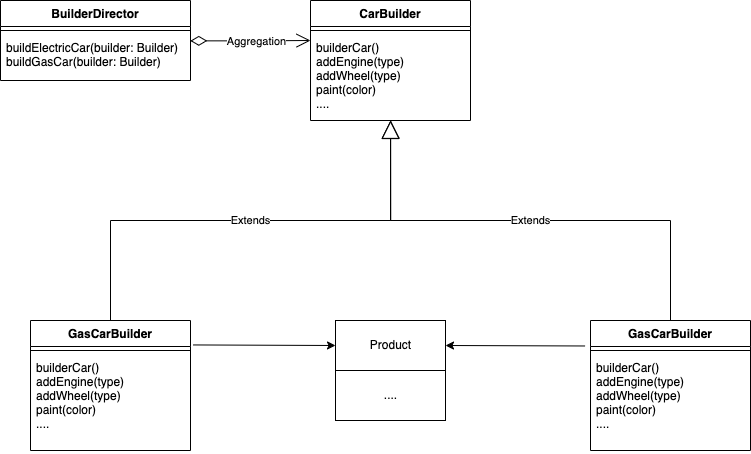
This is DesignPattern/uml/Builder.png from hsiong/Learning-Data-Structures-And-Algorithm-And-Design-Pattern, a draw.io export, as it was before one commit. Source tidied: cells renumbered, new cells last; positions are measured from the earlier drawing's top-left corner, leaving out a move shared by most shapes. The source it was exported from:
```xml
<mxGraphModel>
  <root>
    <mxCell id="0" />
    <mxCell id="1" parent="0" />
    <mxCell id="2" value="BuilderDirector" style="swimlane;fontStyle=1;align=center;verticalAlign=top;horizontal=1;startSize=26;" parent="1" vertex="1">
      <mxGeometry width="190" height="80" as="geometry" />
    </mxCell>
    <mxCell id="3" style="line;strokeWidth=1;fillColor=none;align=left;verticalAlign=middle;spacingTop=-1;spacingLeft=3;spacingRight=3;labelPosition=right;" parent="2" vertex="1">
      <mxGeometry y="26" width="190" height="8" as="geometry" />
    </mxCell>
    <mxCell id="4" value="buildElectricCar(builder: Builder)&#10;buildGasCar(builder: Builder)" style="text;strokeColor=none;fillColor=none;align=left;verticalAlign=top;spacingLeft=4;spacingRight=4;overflow=hidden;points=[[0,0.5],[1,0.5]];portConstraint=eastwest;" parent="2" vertex="1">
      <mxGeometry y="34" width="190" height="46" as="geometry" />
    </mxCell>
    <mxCell id="5" value="CarBuilder" style="swimlane;fontStyle=1;align=center;verticalAlign=top;horizontal=1;startSize=26;" parent="1" vertex="1">
      <mxGeometry x="310" width="160" height="120" as="geometry" />
    </mxCell>
    <mxCell id="6" style="line;strokeWidth=1;fillColor=none;align=left;verticalAlign=middle;spacingTop=-1;spacingLeft=3;spacingRight=3;labelPosition=right;" parent="5" vertex="1">
      <mxGeometry y="26" width="160" height="8" as="geometry" />
    </mxCell>
    <mxCell id="7" value="builderCar()&#10;addEngine(type)&#10;addWheel(type)&#10;paint(color)&#10;...." style="text;strokeColor=none;fillColor=none;align=left;verticalAlign=top;spacingLeft=4;spacingRight=4;overflow=hidden;points=[[0,0.5],[1,0.5]];portConstraint=eastwest;" parent="5" vertex="1">
      <mxGeometry y="34" width="160" height="86" as="geometry" />
    </mxCell>
    <mxCell id="8" value="GasCarBuilder" style="swimlane;fontStyle=1;align=center;verticalAlign=top;horizontal=1;startSize=26;" parent="1" vertex="1">
      <mxGeometry x="590" y="320" width="160" height="130" as="geometry" />
    </mxCell>
    <mxCell id="9" value="Extends" style="endArrow=block;endSize=16;endFill=0;html=1;rounded=0;edgeStyle=orthogonalEdgeStyle;" parent="8" edge="1">
      <mxGeometry relative="1" as="geometry">
        <mxPoint x="80" as="sourcePoint" />
        <mxPoint x="-200" y="-200" as="targetPoint" />
        <Array as="points">
          <mxPoint x="80" y="-100" />
          <mxPoint x="-200" y="-100" />
        </Array>
      </mxGeometry>
    </mxCell>
    <mxCell id="10" style="line;strokeWidth=1;fillColor=none;align=left;verticalAlign=middle;spacingTop=-1;spacingLeft=3;spacingRight=3;labelPosition=right;" parent="8" vertex="1">
      <mxGeometry y="26" width="160" height="8" as="geometry" />
    </mxCell>
    <mxCell id="11" value="builderCar()&#10;addEngine(type)&#10;addWheel(type)&#10;paint(color)&#10;...." style="text;strokeColor=none;fillColor=none;align=left;verticalAlign=top;spacingLeft=4;spacingRight=4;overflow=hidden;" parent="8" vertex="1">
      <mxGeometry y="34" width="160" height="96" as="geometry" />
    </mxCell>
    <mxCell id="12" value="Product" style="html=1;" parent="1" vertex="1">
      <mxGeometry x="335" y="320" width="110" height="50" as="geometry" />
    </mxCell>
    <mxCell id="13" value="...." style="html=1;" parent="1" vertex="1">
      <mxGeometry x="335" y="370" width="110" height="50" as="geometry" />
    </mxCell>
    <mxCell id="14" style="rounded=0;jettySize=auto;html=1;entryX=1;entryY=0.5;entryDx=0;entryDy=0;exitX=-0.034;exitY=0.196;exitDx=0;exitDy=0;exitPerimeter=0;" parent="1" edge="1" source="8" target="12">
      <mxGeometry relative="1" as="geometry" />
    </mxCell>
    <mxCell id="15" style="endArrow=open;html=1;endSize=12;startArrow=diamondThin;startSize=14;startFill=0;edgeStyle=orthogonalEdgeStyle;align=left;verticalAlign=bottom;rounded=0;exitX=0.999;exitY=0.138;exitDx=0;exitDy=0;exitPerimeter=0;" parent="1" edge="1" source="4">
      <mxGeometry x="-1" y="3" relative="1" as="geometry">
        <mxPoint x="310" y="40" as="targetPoint" />
      </mxGeometry>
    </mxCell>
    <mxCell id="16" value="Aggregation" style="edgeLabel;html=1;align=center;verticalAlign=middle;" parent="15" vertex="1">
      <mxGeometry x="-0.07" y="-5" relative="1" as="geometry">
        <mxPoint x="9" y="-5" as="offset" />
      </mxGeometry>
    </mxCell>
    <mxCell id="17" value="GasCarBuilder" style="swimlane;fontStyle=1;align=center;verticalAlign=top;horizontal=1;startSize=26;" parent="1" vertex="1">
      <mxGeometry x="30" y="320" width="160" height="130" as="geometry" />
    </mxCell>
    <mxCell id="18" value="Extends" style="endArrow=block;endSize=16;endFill=0;html=1;rounded=0;edgeStyle=orthogonalEdgeStyle;entryX=0.501;entryY=0.997;entryDx=0;entryDy=0;entryPerimeter=0;" parent="17" edge="1" target="7">
      <mxGeometry relative="1" as="geometry">
        <mxPoint x="80" as="sourcePoint" />
      </mxGeometry>
    </mxCell>
    <mxCell id="19" style="line;strokeWidth=1;fillColor=none;align=left;verticalAlign=middle;spacingTop=-1;spacingLeft=3;spacingRight=3;labelPosition=right;" parent="17" vertex="1">
      <mxGeometry y="26" width="160" height="8" as="geometry" />
    </mxCell>
    <mxCell id="20" value="builderCar()&#10;addEngine(type)&#10;addWheel(type)&#10;paint(color)&#10;...." style="text;strokeColor=none;fillColor=none;align=left;verticalAlign=top;spacingLeft=4;spacingRight=4;overflow=hidden;" parent="17" vertex="1">
      <mxGeometry y="34" width="160" height="96" as="geometry" />
    </mxCell>
    <mxCell id="21" style="rounded=0;jettySize=auto;html=1;exitX=1.016;exitY=0.188;exitDx=0;exitDy=0;exitPerimeter=0;entryX=0;entryY=0.5;entryDx=0;entryDy=0;" parent="1" edge="1" source="17" target="12">
      <mxGeometry relative="1" as="geometry" />
    </mxCell>
  </root>
</mxGraphModel>
```
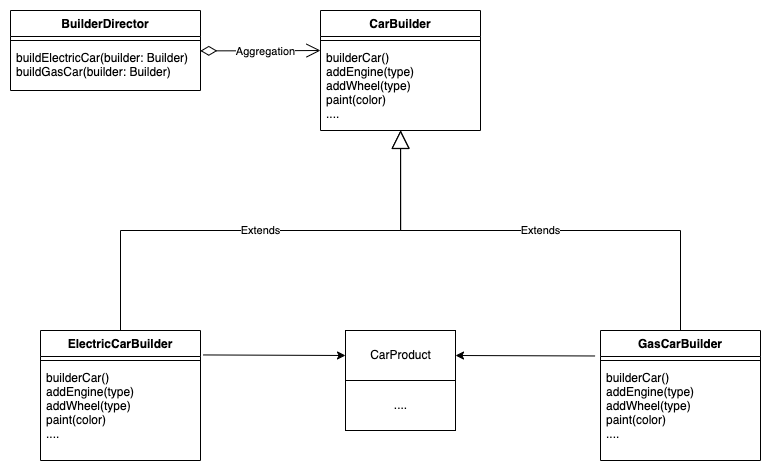
After the change.

Commit message:
complete Builder pattern

The edit, as a diff of the source:
```diff
@@ -39,7 +39,7 @@
     <mxCell id="11" value="builderCar()&#10;addEngine(type)&#10;addWheel(type)&#10;paint(color)&#10;...." style="text;strokeColor=none;fillColor=none;align=left;verticalAlign=top;spacingLeft=4;spacingRight=4;overflow=hidden;" parent="8" vertex="1">
       <mxGeometry y="34" width="160" height="96" as="geometry" />
     </mxCell>
-    <mxCell id="12" value="Product" style="html=1;" parent="1" vertex="1">
+    <mxCell id="12" value="CarProduct" style="html=1;" parent="1" vertex="1">
       <mxGeometry x="335" y="320" width="110" height="50" as="geometry" />
     </mxCell>
     <mxCell id="13" value="...." style="html=1;" parent="1" vertex="1">
@@ -58,7 +58,7 @@
         <mxPoint x="9" y="-5" as="offset" />
       </mxGeometry>
     </mxCell>
-    <mxCell id="17" value="GasCarBuilder" style="swimlane;fontStyle=1;align=center;verticalAlign=top;horizontal=1;startSize=26;" parent="1" vertex="1">
+    <mxCell id="17" value="ElectricCarBuilder" style="swimlane;fontStyle=1;align=center;verticalAlign=top;horizontal=1;startSize=26;" parent="1" vertex="1">
       <mxGeometry x="30" y="320" width="160" height="130" as="geometry" />
     </mxCell>
     <mxCell id="18" value="Extends" style="endArrow=block;endSize=16;endFill=0;html=1;rounded=0;edgeStyle=orthogonalEdgeStyle;entryX=0.501;entryY=0.997;entryDx=0;entryDy=0;entryPerimeter=0;" parent="17" edge="1" target="7">
```
